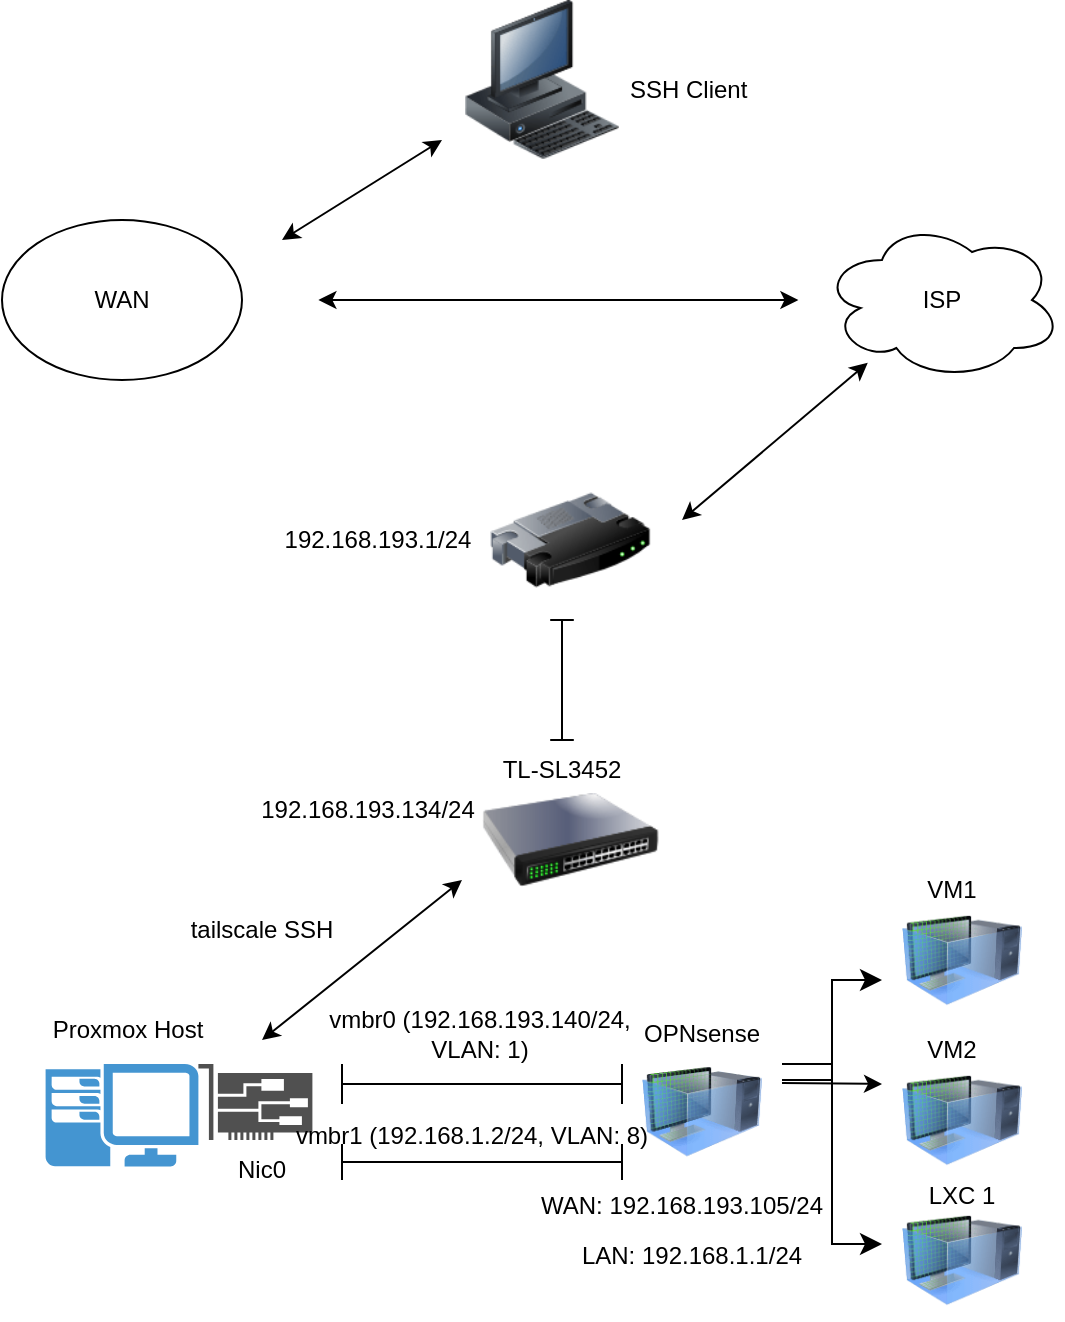
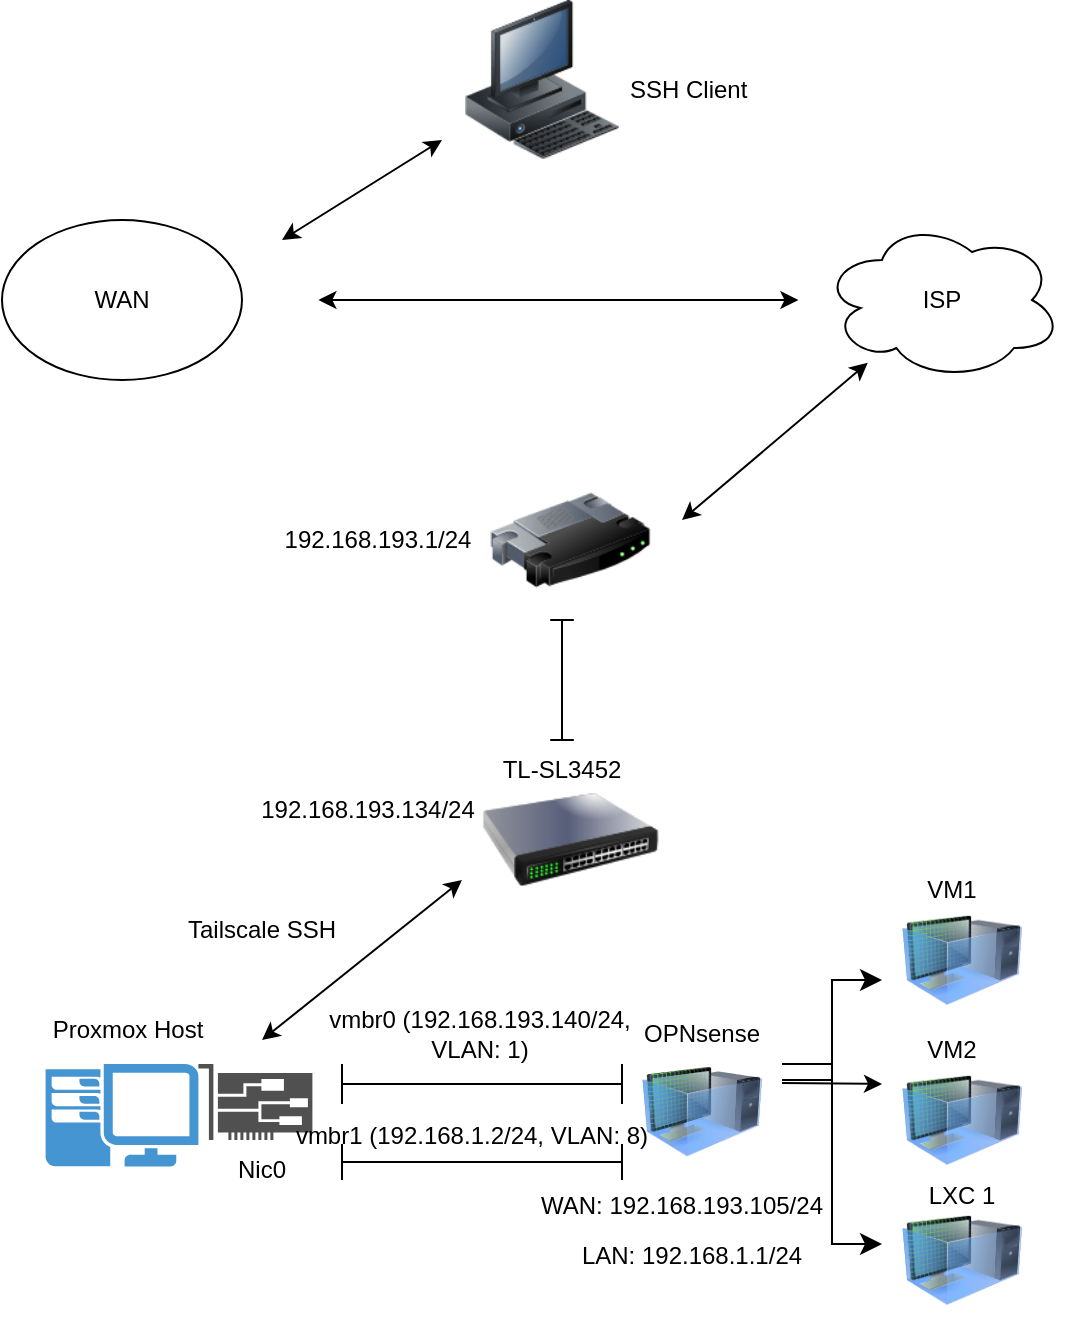
<mxfile host="app.diagrams.net">
  <diagram name="Page-1" id="zP4Ow8HyOkAsxJrq0pA5">
    <mxGraphModel dx="2054" dy="1183" grid="1" gridSize="10" guides="1" tooltips="1" connect="1" arrows="1" fold="1" page="1" pageScale="1" pageWidth="850" pageHeight="1100" math="0" shadow="0">
      <root>
        <mxCell id="0" />
        <mxCell id="1" parent="0" />
        <mxCell id="B65suDjGjgTJ9sO3S6Rg-1" parent="1" style="ellipse;whiteSpace=wrap;html=1;" value="WAN" vertex="1">
          <mxGeometry height="80" width="120" x="90" y="120" as="geometry" />
        </mxCell>
        <mxCell id="B65suDjGjgTJ9sO3S6Rg-2" parent="1" style="ellipse;shape=cloud;whiteSpace=wrap;html=1;" value="ISP" vertex="1">
          <mxGeometry height="80" width="120" x="500" y="120" as="geometry" />
        </mxCell>
        <mxCell id="B65suDjGjgTJ9sO3S6Rg-4" edge="1" parent="1" style="endArrow=classic;html=1;rounded=0;endFill=1;startArrow=classic;startFill=1;" value="">
          <mxGeometry height="50" relative="1" width="50" as="geometry">
            <mxPoint x="248.2" y="160" as="sourcePoint" />
            <mxPoint x="488.2" y="160" as="targetPoint" />
          </mxGeometry>
        </mxCell>
        <mxCell id="B65suDjGjgTJ9sO3S6Rg-5" parent="1" style="image;html=1;image=img/lib/clip_art/computers/Workstation_128x128.png" value="" vertex="1">
          <mxGeometry height="80" width="80" x="320" y="10" as="geometry" />
        </mxCell>
        <mxCell id="B65suDjGjgTJ9sO3S6Rg-6" parent="1" style="image;html=1;image=img/lib/clip_art/networking/Router_128x128.png" value="" vertex="1">
          <mxGeometry height="80" width="80" x="334.09999999999997" y="240" as="geometry" />
        </mxCell>
        <mxCell id="B65suDjGjgTJ9sO3S6Rg-7" parent="1" style="image;html=1;image=img/lib/clip_art/networking/Switch_128x128.png" value="" vertex="1">
          <mxGeometry height="80" width="88.2" x="330" y="390" as="geometry" />
        </mxCell>
        <mxCell id="B65suDjGjgTJ9sO3S6Rg-8" parent="1" style="pointerEvents=1;shadow=0;dashed=0;html=1;strokeColor=none;fillColor=#4495D1;labelPosition=center;verticalLabelPosition=bottom;verticalAlign=top;align=center;outlineConnect=0;shape=mxgraph.veeam.2d.workstation;" value="" vertex="1">
          <mxGeometry height="51.2" width="76.4" x="111.80000000000001" y="542" as="geometry" />
        </mxCell>
        <mxCell id="B65suDjGjgTJ9sO3S6Rg-9" parent="1" style="sketch=0;pointerEvents=1;shadow=0;dashed=0;html=1;strokeColor=none;fillColor=#505050;labelPosition=center;verticalLabelPosition=bottom;verticalAlign=top;outlineConnect=0;align=center;shape=mxgraph.office.devices.nic;" value="" vertex="1">
          <mxGeometry height="38" width="57" x="188.2" y="542" as="geometry" />
        </mxCell>
        <mxCell id="PM2nW5d5bkd0yUUsg2_K-1" parent="1" style="image;html=1;image=img/lib/clip_art/computers/Virtual_Machine_128x128.png" value="" vertex="1">
          <mxGeometry height="65" width="60" x="410" y="533.2" as="geometry" />
        </mxCell>
        <mxCell id="PM2nW5d5bkd0yUUsg2_K-2" parent="1" style="image;html=1;image=img/lib/clip_art/computers/Virtual_Machine_128x128.png" value="" vertex="1">
          <mxGeometry height="60" width="60" x="540" y="460" as="geometry" />
        </mxCell>
        <mxCell id="PM2nW5d5bkd0yUUsg2_K-3" parent="1" style="image;html=1;image=img/lib/clip_art/computers/Virtual_Machine_128x128.png" value="" vertex="1">
          <mxGeometry height="60" width="60" x="540" y="540" as="geometry" />
        </mxCell>
        <mxCell id="PM2nW5d5bkd0yUUsg2_K-4" parent="1" style="image;html=1;image=img/lib/clip_art/computers/Virtual_Machine_128x128.png" value="" vertex="1">
          <mxGeometry height="60" width="60" x="540" y="610" as="geometry" />
        </mxCell>
        <mxCell id="PM2nW5d5bkd0yUUsg2_K-5" parent="1" style="text;html=1;whiteSpace=wrap;strokeColor=none;fillColor=none;align=center;verticalAlign=middle;rounded=0;autosize=1;resizable=0;" value="TL-SL3452" vertex="1">
          <mxGeometry height="30" width="80" x="330" y="380" as="geometry" />
        </mxCell>
        <mxCell id="PM2nW5d5bkd0yUUsg2_K-6" parent="1" style="text;html=1;whiteSpace=wrap;strokeColor=none;fillColor=none;align=center;verticalAlign=middle;rounded=0;autosize=1;resizable=0;" value="192.168.193.134/24" vertex="1">
          <mxGeometry height="30" width="130" x="208.2" y="400" as="geometry" />
        </mxCell>
        <mxCell id="PM2nW5d5bkd0yUUsg2_K-7" parent="1" style="text;html=1;whiteSpace=wrap;strokeColor=none;fillColor=none;align=center;verticalAlign=middle;rounded=0;autosize=1;resizable=0;" value="Proxmox Host" vertex="1">
          <mxGeometry height="30" width="100" x="103.4" y="510" as="geometry" />
        </mxCell>
        <mxCell id="PM2nW5d5bkd0yUUsg2_K-8" edge="1" parent="1" style="endArrow=classic;html=1;rounded=0;endFill=1;startArrow=classic;startFill=1;" target="B65suDjGjgTJ9sO3S6Rg-2" value="">
          <mxGeometry height="50" relative="1" width="50" as="geometry">
            <mxPoint x="430" y="270" as="sourcePoint" />
            <mxPoint x="710" y="260" as="targetPoint" />
          </mxGeometry>
        </mxCell>
        <mxCell id="PM2nW5d5bkd0yUUsg2_K-9" parent="1" style="text;html=1;whiteSpace=wrap;strokeColor=none;fillColor=none;align=center;verticalAlign=middle;rounded=0;autosize=1;resizable=0;" value="192.168.193.1/24" vertex="1">
          <mxGeometry height="30" width="120" x="218.2" y="265" as="geometry" />
        </mxCell>
        <mxCell id="PM2nW5d5bkd0yUUsg2_K-10" parent="1" style="shape=crossbar;whiteSpace=wrap;html=1;rounded=1;direction=south;" value="" vertex="1">
          <mxGeometry height="60" width="11.8" x="364.09999999999997" y="320" as="geometry" />
        </mxCell>
        <mxCell id="PM2nW5d5bkd0yUUsg2_K-13" parent="1" style="shape=crossbar;whiteSpace=wrap;html=1;rounded=1;" value="" vertex="1">
          <mxGeometry height="20" width="140" x="260" y="542" as="geometry" />
        </mxCell>
        <mxCell id="PM2nW5d5bkd0yUUsg2_K-14" parent="1" style="shape=crossbar;whiteSpace=wrap;html=1;rounded=1;" value="" vertex="1">
          <mxGeometry height="18" width="140" x="260" y="582" as="geometry" />
        </mxCell>
        <mxCell id="PM2nW5d5bkd0yUUsg2_K-15" parent="1" style="text;html=1;whiteSpace=wrap;strokeColor=none;fillColor=none;align=center;verticalAlign=middle;rounded=0;autosize=1;resizable=0;" value="vmbr0 (192.168.193.140/24,&lt;br&gt;VLAN: 1)" vertex="1">
          <mxGeometry height="40" width="170" x="244.10000000000002" y="507" as="geometry" />
        </mxCell>
        <mxCell id="PM2nW5d5bkd0yUUsg2_K-16" parent="1" style="text;html=1;whiteSpace=wrap;strokeColor=none;fillColor=none;align=center;verticalAlign=middle;rounded=0;autosize=1;resizable=0;" value="vmbr1 (192.168.1.2/24, VLAN: 8)" vertex="1">
          <mxGeometry height="30" width="200" x="225.10000000000002" y="563.2" as="geometry" />
        </mxCell>
        <mxCell id="PM2nW5d5bkd0yUUsg2_K-17" parent="1" style="text;html=1;whiteSpace=wrap;strokeColor=none;fillColor=none;align=center;verticalAlign=middle;rounded=0;autosize=1;resizable=0;" value="Nic0" vertex="1">
          <mxGeometry height="30" width="50" x="195.20000000000002" y="580" as="geometry" />
        </mxCell>
        <mxCell id="PM2nW5d5bkd0yUUsg2_K-19" edge="1" parent="1" style="edgeStyle=elbowEdgeStyle;elbow=horizontal;endArrow=classic;html=1;curved=0;rounded=0;endSize=8;startSize=8;" value="">
          <mxGeometry height="50" relative="1" width="50" as="geometry">
            <Array as="points">
              <mxPoint x="505" y="542" />
            </Array>
            <mxPoint x="480" y="550" as="sourcePoint" />
            <mxPoint x="530" y="500" as="targetPoint" />
          </mxGeometry>
        </mxCell>
        <mxCell id="PM2nW5d5bkd0yUUsg2_K-21" edge="1" parent="1" style="endArrow=classic;html=1;rounded=0;" value="">
          <mxGeometry height="50" relative="1" width="50" as="geometry">
            <mxPoint x="480" y="551.5" as="sourcePoint" />
            <mxPoint x="530" y="552" as="targetPoint" />
          </mxGeometry>
        </mxCell>
        <mxCell id="PM2nW5d5bkd0yUUsg2_K-22" edge="1" parent="1" style="edgeStyle=elbowEdgeStyle;elbow=horizontal;endArrow=classic;html=1;curved=0;rounded=0;endSize=8;startSize=8;" value="">
          <mxGeometry height="50" relative="1" width="50" as="geometry">
            <Array as="points" />
            <mxPoint x="480" y="542" as="sourcePoint" />
            <mxPoint x="530" y="632" as="targetPoint" />
          </mxGeometry>
        </mxCell>
        <mxCell id="PM2nW5d5bkd0yUUsg2_K-24" parent="1" style="text;html=1;whiteSpace=wrap;strokeColor=none;fillColor=none;align=center;verticalAlign=middle;rounded=0;autosize=1;resizable=0;" value="VM1" vertex="1">
          <mxGeometry height="30" width="50" x="540" y="440" as="geometry" />
        </mxCell>
        <mxCell id="PM2nW5d5bkd0yUUsg2_K-26" parent="1" style="text;html=1;whiteSpace=wrap;strokeColor=none;fillColor=none;align=center;verticalAlign=middle;rounded=0;autosize=1;resizable=0;" value="LXC 1" vertex="1">
          <mxGeometry height="30" width="60" x="540" y="593.2" as="geometry" />
        </mxCell>
        <mxCell id="PM2nW5d5bkd0yUUsg2_K-27" parent="1" style="text;html=1;whiteSpace=wrap;strokeColor=none;fillColor=none;align=center;verticalAlign=middle;rounded=0;autosize=1;resizable=0;" value="VM2" vertex="1">
          <mxGeometry height="30" width="50" x="540" y="520" as="geometry" />
        </mxCell>
        <mxCell id="PM2nW5d5bkd0yUUsg2_K-28" parent="1" style="text;html=1;whiteSpace=wrap;strokeColor=none;fillColor=none;align=center;verticalAlign=middle;rounded=0;autosize=1;resizable=0;" value="SSH Client&amp;nbsp;" vertex="1">
          <mxGeometry height="30" width="90" x="390" y="40" as="geometry" />
        </mxCell>
        <mxCell id="PM2nW5d5bkd0yUUsg2_K-30" edge="1" parent="1" style="endArrow=classic;startArrow=classic;html=1;rounded=0;" value="">
          <mxGeometry height="50" relative="1" width="50" as="geometry">
            <Array as="points" />
            <mxPoint x="230" y="130" as="sourcePoint" />
            <mxPoint x="310" y="80" as="targetPoint" />
          </mxGeometry>
        </mxCell>
        <mxCell id="kem1zRPGPsAIqGzyxt5z-1" parent="1" style="text;html=1;whiteSpace=wrap;strokeColor=none;fillColor=none;align=center;verticalAlign=middle;rounded=0;autosize=1;resizable=0;" value="OPNsense" vertex="1">
          <mxGeometry height="30" width="80" x="400" y="512" as="geometry" />
        </mxCell>
        <mxCell id="kem1zRPGPsAIqGzyxt5z-2" parent="1" style="text;html=1;whiteSpace=wrap;strokeColor=none;fillColor=none;align=center;verticalAlign=middle;rounded=0;autosize=1;resizable=0;" value="WAN: 192.168.193.105/24" vertex="1">
          <mxGeometry height="30" width="160" x="350" y="598.2" as="geometry" />
        </mxCell>
        <mxCell id="kem1zRPGPsAIqGzyxt5z-3" parent="1" style="text;html=1;whiteSpace=wrap;strokeColor=none;fillColor=none;align=center;verticalAlign=middle;rounded=0;autosize=1;resizable=0;" value="LAN: 192.168.1.1/24" vertex="1">
          <mxGeometry height="30" width="130" x="370" y="623.2" as="geometry" />
        </mxCell>
        <mxCell id="kem1zRPGPsAIqGzyxt5z-8" edge="1" parent="1" style="endArrow=classic;html=1;rounded=0;startArrow=classic;startFill=1;endFill=1;" value="">
          <mxGeometry height="50" relative="1" width="50" as="geometry">
            <mxPoint x="220" y="530" as="sourcePoint" />
            <mxPoint x="320" y="450" as="targetPoint" />
          </mxGeometry>
        </mxCell>
-         <mxCell id="kem1zRPGPsAIqGzyxt5z-9" parent="1" style="text;html=1;whiteSpace=wrap;strokeColor=none;fillColor=none;align=center;verticalAlign=middle;rounded=0;autosize=1;resizable=0;" value="tailscale SSH" vertex="1">
-           <mxGeometry height="30" width="90" x="175.2" y="460" as="geometry" />
+         <mxCell id="kem1zRPGPsAIqGzyxt5z-9" parent="1" style="text;html=1;whiteSpace=wrap;strokeColor=none;fillColor=none;align=center;verticalAlign=middle;rounded=0;autosize=1;resizable=0;" value="Tailscale SSH" vertex="1">
+           <mxGeometry height="30" width="100" x="170.2" y="460" as="geometry" />
        </mxCell>
      </root>
    </mxGraphModel>
  </diagram>
</mxfile>
